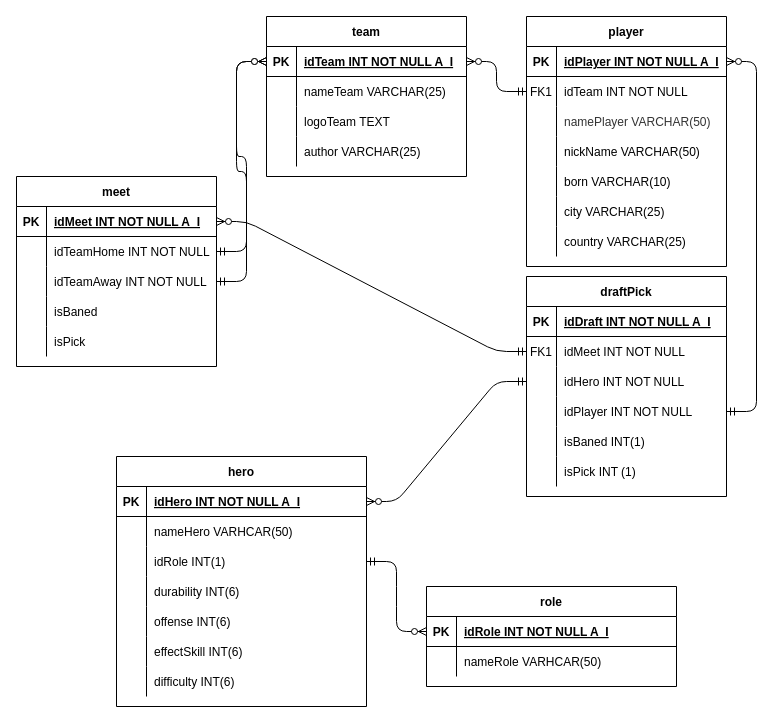
dedisetiawan05/pre-bootcamp-dumbways keeps this draw.io diagram as task 1/erd.drawio. Above is the earlier version. Source tidied: cells renumbered, new cells numbered last; positions are measured from the earlier drawing's top-left corner, leaving out a move shared by most shapes. Both pictures are drawn from the tidied source at 100%, with x=0, y=0 at pixel (16, 16).
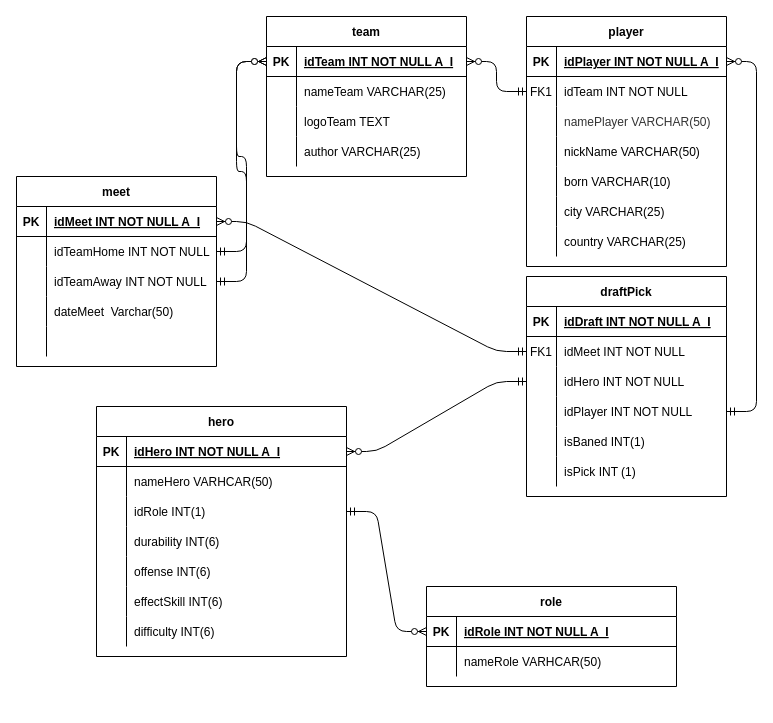
The same page after the edit.

The change refers to these unchanged cells:
```xml
<mxCell id="47" style="shape=partialRectangle;fillColor=none;top=0;left=0;right=0;bottom=0;" parent="37" vertex="1">
  <mxGeometry y="120" width="200" height="30" as="geometry" />
</mxCell>
<mxCell id="50" style="shape=partialRectangle;fillColor=none;top=0;left=0;right=0;bottom=0;" parent="37" vertex="1">
  <mxGeometry y="150" width="200" height="30" as="geometry" />
</mxCell>
```

Diff of the diagram source:
```diff
@@
-    <mxCell id="49" value="isBaned" style="shape=partialRectangle;overflow=hidden;fillColor=none;top=0;left=0;bottom=0;right=0;align=left;spacingLeft=6;" parent="47" vertex="1">
+    <mxCell id="49" value="dateMeet  Varchar(50)" style="shape=partialRectangle;overflow=hidden;fillColor=none;top=0;left=0;bottom=0;right=0;align=left;spacingLeft=6;" parent="47" vertex="1">
       <mxGeometry x="30" width="170" height="30" as="geometry" />
     </mxCell>
@@
-    <mxCell id="52" value="isPick" style="shape=partialRectangle;overflow=hidden;fillColor=none;top=0;left=0;bottom=0;right=0;align=left;spacingLeft=6;" parent="50" vertex="1">
+    <mxCell id="52" style="shape=partialRectangle;overflow=hidden;fillColor=none;top=0;left=0;bottom=0;right=0;align=left;spacingLeft=6;" parent="50" vertex="1">
       <mxGeometry x="30" width="170" height="30" as="geometry" />
     </mxCell>
@@
     <mxCell id="72" value="hero" style="shape=table;startSize=30;childLayout=tableLayout;rowLines=0;fontStyle=1;align=center;" parent="1" vertex="1">
-      <mxGeometry x="100" y="440" width="250" height="250" as="geometry" />
+      <mxGeometry x="80" y="390" width="250" height="250" as="geometry" />
     </mxCell>
```
